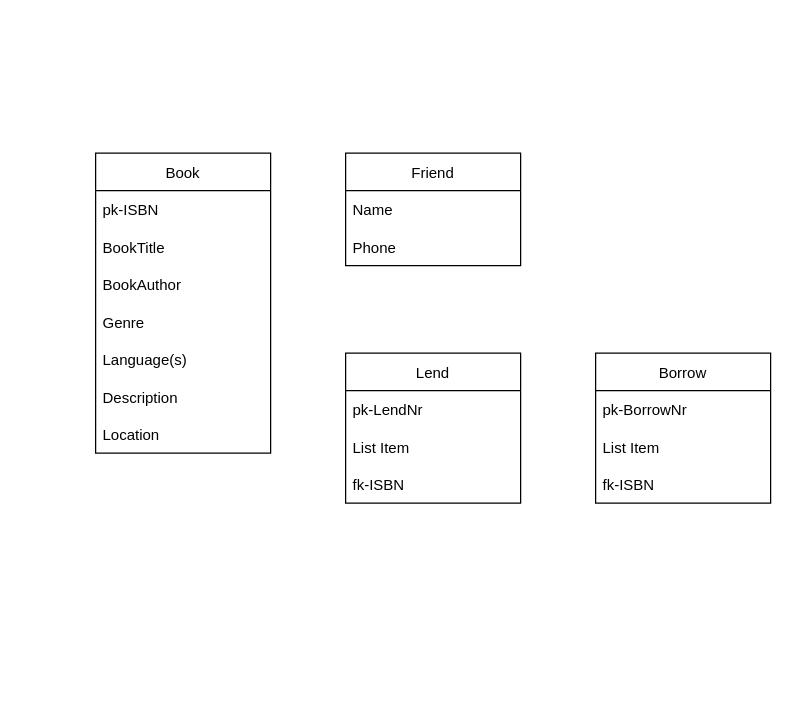
Above: page "Seite-4" (4 of 4) of library.drawio in MarkoSchoretits/01-DBDev (draw.io), before the change. Source tidied: cells renumbered, new cells numbered last; positions are measured from the earlier drawing's top-left corner, leaving out a move shared by most shapes. Both pictures are drawn from the tidied source at 125%, with x=0, y=0 at pixel (95, 152).
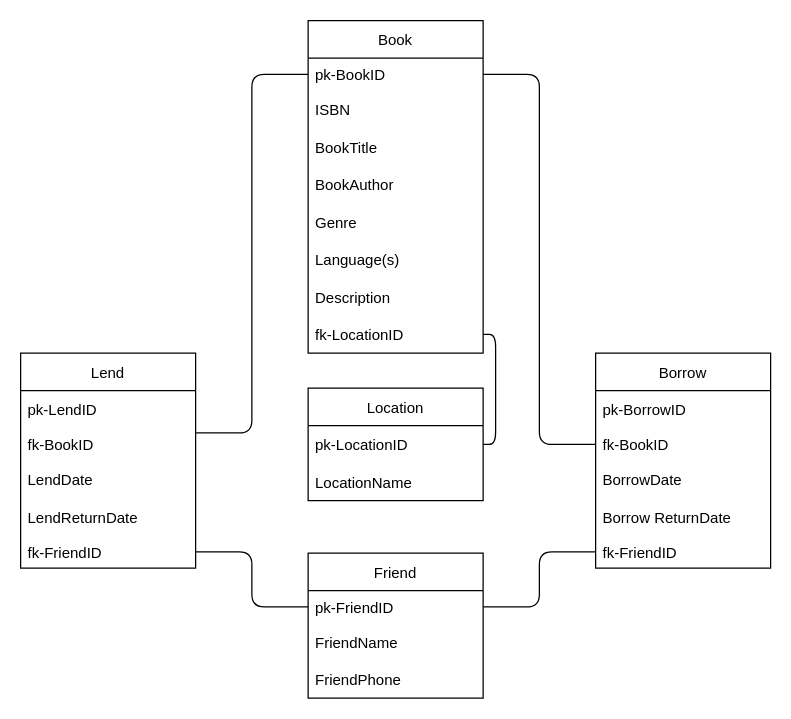
The same diagram, later.

Diff of the diagram source:
```diff
@@
     <mxCell id="2" value="Book" style="swimlane;fontStyle=0;horizontal=1;startSize=30;" parent="1" vertex="1">
-      <mxGeometry width="140" height="240" as="geometry" />
+      <mxGeometry x="170" y="-106" width="140" height="266" as="geometry" />
     </mxCell>
+    <mxCell id="21" value="pk-BookID" style="text;strokeColor=none;fillColor=none;align=left;verticalAlign=top;spacingLeft=4;spacingRight=4;overflow=hidden;points=[[0,0.5],[1,0.5]];portConstraint=eastwest;" parent="2" vertex="1">
+      <mxGeometry y="30" width="140" height="26" as="geometry" />
+    </mxCell>
-    <mxCell id="3" value="pk-ISBN" style="text;strokeColor=none;fillColor=none;align=left;verticalAlign=middle;spacingLeft=4;spacingRight=4;overflow=hidden;" parent="2" vertex="1">
-      <mxGeometry y="30" width="140" height="30" as="geometry" />
+    <mxCell id="3" value="ISBN" style="text;strokeColor=none;fillColor=none;align=left;verticalAlign=middle;spacingLeft=4;spacingRight=4;overflow=hidden;" parent="2" vertex="1">
+      <mxGeometry y="56" width="140" height="30" as="geometry" />
     </mxCell>
     <mxCell id="4" value="BookTitle" style="text;strokeColor=none;fillColor=none;align=left;verticalAlign=middle;spacingLeft=4;spacingRight=4;overflow=hidden;" parent="2" vertex="1">
-      <mxGeometry y="60" width="140" height="30" as="geometry" />
+      <mxGeometry y="86" width="140" height="30" as="geometry" />
     </mxCell>
     <mxCell id="5" value="BookAuthor" style="text;strokeColor=none;fillColor=none;align=left;verticalAlign=middle;spacingLeft=4;spacingRight=4;overflow=hidden;" parent="2" vertex="1">
-      <mxGeometry y="90" width="140" height="30" as="geometry" />
+      <mxGeometry y="116" width="140" height="30" as="geometry" />
     </mxCell>
     <mxCell id="6" value="Genre" style="text;strokeColor=none;fillColor=none;align=left;verticalAlign=middle;spacingLeft=4;spacingRight=4;overflow=hidden;" parent="2" vertex="1">
-      <mxGeometry y="120" width="140" height="30" as="geometry" />
+      <mxGeometry y="146" width="140" height="30" as="geometry" />
     </mxCell>
     <mxCell id="7" value="Language(s)" style="text;strokeColor=none;fillColor=none;align=left;verticalAlign=middle;spacingLeft=4;spacingRight=4;overflow=hidden;" parent="2" vertex="1">
-      <mxGeometry y="150" width="140" height="30" as="geometry" />
+      <mxGeometry y="176" width="140" height="30" as="geometry" />
     </mxCell>
     <mxCell id="8" value="Description" style="text;strokeColor=none;fillColor=none;align=left;verticalAlign=middle;spacingLeft=4;spacingRight=4;overflow=hidden;" parent="2" vertex="1">
-      <mxGeometry y="180" width="140" height="30" as="geometry" />
+      <mxGeometry y="206" width="140" height="30" as="geometry" />
     </mxCell>
-    <mxCell id="9" value="Location" style="text;strokeColor=none;fillColor=none;align=left;verticalAlign=middle;spacingLeft=4;spacingRight=4;overflow=hidden;points=[[0,0.5],[1,0.5]];portConstraint=eastwest;" parent="2" vertex="1">
-      <mxGeometry y="210" width="140" height="30" as="geometry" />
+    <mxCell id="9" value="fk-LocationID" style="text;strokeColor=none;fillColor=none;align=left;verticalAlign=middle;spacingLeft=4;spacingRight=4;overflow=hidden;points=[[0,0.5],[1,0.5]];portConstraint=eastwest;" parent="2" vertex="1">
+      <mxGeometry y="236" width="140" height="30" as="geometry" />
     </mxCell>
     <mxCell id="10" value="Friend" style="swimlane;fontStyle=0;horizontal=1;startSize=30;" parent="1" vertex="1">
-      <mxGeometry x="200" width="140" height="90" as="geometry" />
+      <mxGeometry x="170" y="320" width="140" height="116" as="geometry" />
     </mxCell>
+    <mxCell id="22" value="pk-FriendID" style="text;strokeColor=none;fillColor=none;align=left;verticalAlign=top;spacingLeft=4;spacingRight=4;overflow=hidden;points=[[0,0.5],[1,0.5]];portConstraint=eastwest;" parent="10" vertex="1">
+      <mxGeometry y="30" width="140" height="26" as="geometry" />
+    </mxCell>
-    <mxCell id="11" value="Name" style="text;strokeColor=none;fillColor=none;align=left;verticalAlign=middle;spacingLeft=4;spacingRight=4;overflow=hidden;" parent="10" vertex="1">
-      <mxGeometry y="30" width="140" height="30" as="geometry" />
+    <mxCell id="11" value="FriendName" style="text;strokeColor=none;fillColor=none;align=left;verticalAlign=middle;spacingLeft=4;spacingRight=4;overflow=hidden;" parent="10" vertex="1">
+      <mxGeometry y="56" width="140" height="30" as="geometry" />
     </mxCell>
-    <mxCell id="12" value="Phone" style="text;strokeColor=none;fillColor=none;align=left;verticalAlign=middle;spacingLeft=4;spacingRight=4;overflow=hidden;" parent="10" vertex="1">
-      <mxGeometry y="60" width="140" height="30" as="geometry" />
+    <mxCell id="12" value="FriendPhone" style="text;strokeColor=none;fillColor=none;align=left;verticalAlign=middle;spacingLeft=4;spacingRight=4;overflow=hidden;" parent="10" vertex="1">
+      <mxGeometry y="86" width="140" height="30" as="geometry" />
     </mxCell>
     <mxCell id="13" value="Lend" style="swimlane;fontStyle=0;horizontal=1;startSize=30;" parent="1" vertex="1">
-      <mxGeometry x="200" y="160" width="140" height="120" as="geometry" />
+      <mxGeometry x="-60" y="160" width="140" height="172" as="geometry" />
     </mxCell>
-    <mxCell id="14" value="pk-LendNr" style="text;strokeColor=none;fillColor=none;align=left;verticalAlign=middle;spacingLeft=4;spacingRight=4;overflow=hidden;" parent="13" vertex="1">
+    <mxCell id="14" value="pk-LendID" style="text;strokeColor=none;fillColor=none;align=left;verticalAlign=middle;spacingLeft=4;spacingRight=4;overflow=hidden;" parent="13" vertex="1">
       <mxGeometry y="30" width="140" height="30" as="geometry" />
     </mxCell>
+    <mxCell id="23" value="fk-BookID" style="text;strokeColor=none;fillColor=none;align=left;verticalAlign=top;spacingLeft=4;spacingRight=4;overflow=hidden;points=[[0,0.5],[1,0.5]];portConstraint=eastwest;" parent="13" vertex="1">
+      <mxGeometry y="60" width="140" height="26" as="geometry" />
+    </mxCell>
-    <mxCell id="15" value="List Item" style="text;strokeColor=none;fillColor=none;align=left;verticalAlign=middle;spacingLeft=4;spacingRight=4;overflow=hidden;" parent="13" vertex="1">
-      <mxGeometry y="60" width="140" height="30" as="geometry" />
+    <mxCell id="15" value="LendDate" style="text;strokeColor=none;fillColor=none;align=left;verticalAlign=middle;spacingLeft=4;spacingRight=4;overflow=hidden;" parent="13" vertex="1">
+      <mxGeometry y="86" width="140" height="30" as="geometry" />
     </mxCell>
-    <mxCell id="16" value="fk-ISBN" style="text;strokeColor=none;fillColor=none;align=left;verticalAlign=middle;spacingLeft=4;spacingRight=4;overflow=hidden;" parent="13" vertex="1">
-      <mxGeometry y="90" width="140" height="30" as="geometry" />
+    <mxCell id="16" value="LendReturnDate" style="text;strokeColor=none;fillColor=none;align=left;verticalAlign=middle;spacingLeft=4;spacingRight=4;overflow=hidden;" parent="13" vertex="1">
+      <mxGeometry y="116" width="140" height="30" as="geometry" />
     </mxCell>
+    <mxCell id="24" value="fk-FriendID" style="text;strokeColor=none;fillColor=none;align=left;verticalAlign=top;spacingLeft=4;spacingRight=4;overflow=hidden;points=[[0,0.5],[1,0.5]];portConstraint=eastwest;" parent="13" vertex="1">
+      <mxGeometry y="146" width="140" height="26" as="geometry" />
+    </mxCell>
     <mxCell id="17" value="Borrow" style="swimlane;fontStyle=0;horizontal=1;startSize=30;" parent="1" vertex="1">
-      <mxGeometry x="400" y="160" width="140" height="120" as="geometry" />
+      <mxGeometry x="400" y="160" width="140" height="172" as="geometry" />
     </mxCell>
-    <mxCell id="18" value="pk-BorrowNr" style="text;strokeColor=none;fillColor=none;align=left;verticalAlign=middle;spacingLeft=4;spacingRight=4;overflow=hidden;" parent="17" vertex="1">
+    <mxCell id="18" value="pk-BorrowID" style="text;strokeColor=none;fillColor=none;align=left;verticalAlign=middle;spacingLeft=4;spacingRight=4;overflow=hidden;" parent="17" vertex="1">
       <mxGeometry y="30" width="140" height="30" as="geometry" />
     </mxCell>
+    <mxCell id="25" value="fk-BookID" style="text;strokeColor=none;fillColor=none;align=left;verticalAlign=top;spacingLeft=4;spacingRight=4;overflow=hidden;points=[[0,0.5],[1,0.5]];portConstraint=eastwest;" parent="17" vertex="1">
+      <mxGeometry y="60" width="140" height="26" as="geometry" />
+    </mxCell>
-    <mxCell id="19" value="List Item" style="text;strokeColor=none;fillColor=none;align=left;verticalAlign=middle;spacingLeft=4;spacingRight=4;overflow=hidden;" parent="17" vertex="1">
-      <mxGeometry y="60" width="140" height="30" as="geometry" />
+    <mxCell id="19" value="BorrowDate" style="text;strokeColor=none;fillColor=none;align=left;verticalAlign=middle;spacingLeft=4;spacingRight=4;overflow=hidden;" parent="17" vertex="1">
+      <mxGeometry y="86" width="140" height="30" as="geometry" />
     </mxCell>
-    <mxCell id="20" value="fk-ISBN" style="text;strokeColor=none;fillColor=none;align=left;verticalAlign=middle;spacingLeft=4;spacingRight=4;overflow=hidden;" parent="17" vertex="1">
-      <mxGeometry y="90" width="140" height="30" as="geometry" />
+    <mxCell id="20" value="Borrow ReturnDate" style="text;strokeColor=none;fillColor=none;align=left;verticalAlign=middle;spacingLeft=4;spacingRight=4;overflow=hidden;" parent="17" vertex="1">
+      <mxGeometry y="116" width="140" height="30" as="geometry" />
     </mxCell>
+    <mxCell id="26" value="fk-FriendID" style="text;strokeColor=none;fillColor=none;align=left;verticalAlign=top;spacingLeft=4;spacingRight=4;overflow=hidden;points=[[0,0.5],[1,0.5]];portConstraint=eastwest;" parent="17" vertex="1">
+      <mxGeometry y="146" width="140" height="26" as="geometry" />
+    </mxCell>
+    <mxCell id="27" value="Location" style="swimlane;fontStyle=0;horizontal=1;startSize=30;" parent="1" vertex="1">
+      <mxGeometry x="170" y="188" width="140" height="90" as="geometry" />
+    </mxCell>
+    <mxCell id="28" value="pk-LocationID" style="text;strokeColor=none;fillColor=none;align=left;verticalAlign=middle;spacingLeft=4;spacingRight=4;overflow=hidden;points=[[0,0.5],[1,0.5]];portConstraint=eastwest;" parent="27" vertex="1">
+      <mxGeometry y="30" width="140" height="30" as="geometry" />
+    </mxCell>
+    <mxCell id="29" value="LocationName" style="text;strokeColor=none;fillColor=none;align=left;verticalAlign=middle;spacingLeft=4;spacingRight=4;overflow=hidden;" parent="27" vertex="1">
+      <mxGeometry y="60" width="140" height="30" as="geometry" />
+    </mxCell>
+    <mxCell id="30" style="edgeStyle=orthogonalEdgeStyle;html=1;exitX=1;exitY=0.5;exitDx=0;exitDy=0;entryX=1;entryY=0.5;entryDx=0;entryDy=0;endArrow=none;endFill=0;" parent="1" edge="1" source="9" target="28">
+      <mxGeometry relative="1" as="geometry" />
+    </mxCell>
+    <mxCell id="31" style="edgeStyle=orthogonalEdgeStyle;html=1;exitX=1;exitY=0.5;exitDx=0;exitDy=0;entryX=0;entryY=0.5;entryDx=0;entryDy=0;endArrow=none;endFill=0;" parent="1" edge="1" source="24" target="22">
+      <mxGeometry relative="1" as="geometry" />
+    </mxCell>
+    <mxCell id="32" style="edgeStyle=orthogonalEdgeStyle;html=1;exitX=1;exitY=0.5;exitDx=0;exitDy=0;entryX=0;entryY=0.5;entryDx=0;entryDy=0;endArrow=none;endFill=0;" parent="1" edge="1" source="22" target="26">
+      <mxGeometry relative="1" as="geometry" />
+    </mxCell>
+    <mxCell id="33" style="edgeStyle=orthogonalEdgeStyle;html=1;exitX=0;exitY=0.5;exitDx=0;exitDy=0;entryX=1.003;entryY=0.146;entryDx=0;entryDy=0;entryPerimeter=0;endArrow=none;endFill=0;" parent="1" edge="1" source="21" target="23">
+      <mxGeometry relative="1" as="geometry" />
+    </mxCell>
+    <mxCell id="34" style="edgeStyle=orthogonalEdgeStyle;html=1;exitX=1;exitY=0.5;exitDx=0;exitDy=0;entryX=0;entryY=0.5;entryDx=0;entryDy=0;endArrow=none;endFill=0;" parent="1" edge="1" source="21" target="25">
+      <mxGeometry relative="1" as="geometry" />
+    </mxCell>
```
